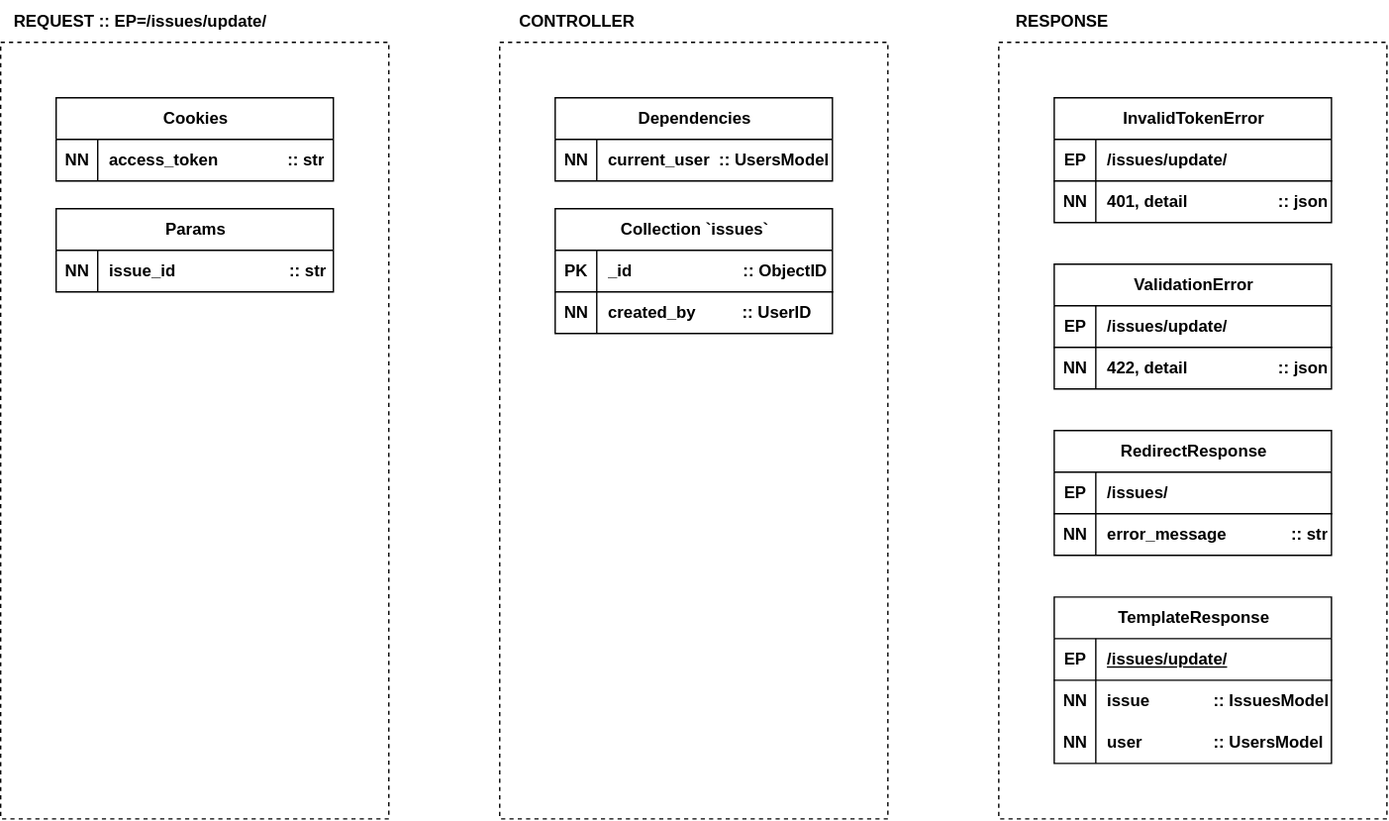
ames0k0/Ticket keeps this draw.io diagram as contributors/issues/update/get/Diagram-Update-GET.drawio.svg. Above is the earlier version. Source tidied: cells renumbered, new cells last; positions are measured from the earlier drawing's top-left corner, leaving out a move shared by most shapes.
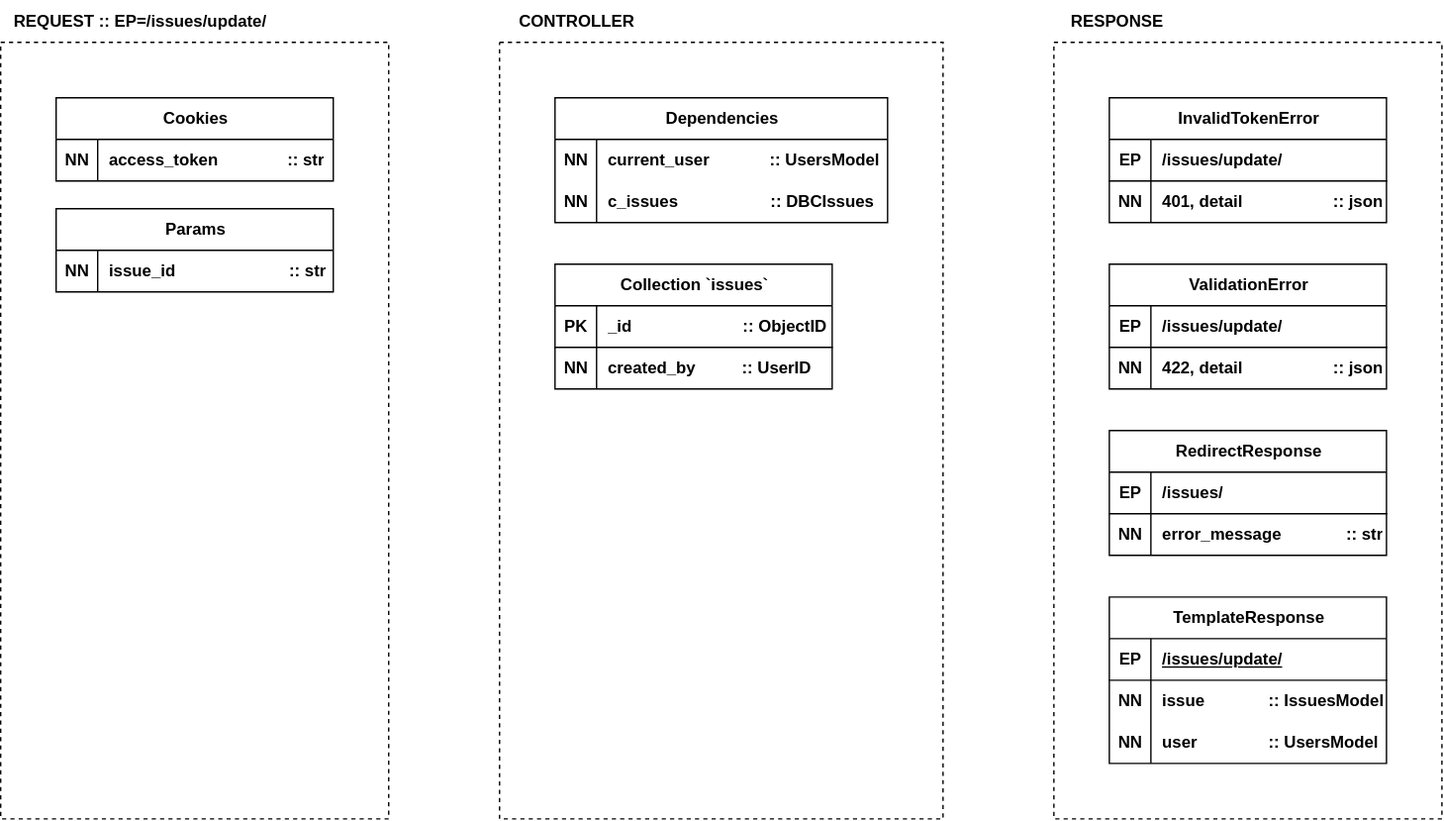
After the change.

Commit message:
[ticket] Contributors: Issues::Update::GET

Diff of the diagram source:
```diff
@@ -15,7 +15,7 @@
       <mxGeometry x="30" width="170" height="30" as="geometry" />
     </mxCell>
     <mxCell id="6" value="Collection `issues`" style="shape=table;startSize=30;rowLines=0;fontStyle=1;align=center;html=1;" parent="1" vertex="1">
-      <mxGeometry x="400" y="150" width="200" height="90" as="geometry" />
+      <mxGeometry x="400" y="190" width="200" height="90" as="geometry" />
     </mxCell>
     <mxCell id="7" style="shape=tableRow;horizontal=0;startSize=0;swimlaneHead=0;swimlaneBody=0;fillColor=none;top=0;left=0;right=0;bottom=1;" parent="6" vertex="1">
       <mxGeometry y="30" width="200" height="30" as="geometry" />
@@ -36,7 +36,7 @@
       <mxGeometry x="30" width="170" height="30" as="geometry" />
     </mxCell>
     <mxCell id="13" value="RedirectResponse" style="shape=table;startSize=30;rowLines=0;fontStyle=1;align=center;html=1;" parent="1" vertex="1">
-      <mxGeometry x="760" y="310" width="200" height="90" as="geometry" />
+      <mxGeometry x="800" y="310" width="200" height="90" as="geometry" />
     </mxCell>
     <mxCell id="14" style="shape=tableRow;horizontal=0;startSize=0;swimlaneHead=0;swimlaneBody=0;fillColor=none;top=0;left=0;right=0;bottom=1;" parent="13" vertex="1">
       <mxGeometry y="30" width="200" height="30" as="geometry" />
@@ -57,7 +57,7 @@
       <mxGeometry x="30" width="170" height="30" as="geometry" />
     </mxCell>
     <mxCell id="20" value="TemplateResponse" style="shape=table;startSize=30;rowLines=0;fontStyle=1;align=center;html=1;" parent="1" vertex="1">
-      <mxGeometry x="760" y="430" width="200" height="120" as="geometry" />
+      <mxGeometry x="800" y="430" width="200" height="120" as="geometry" />
     </mxCell>
     <mxCell id="21" style="shape=tableRow;horizontal=0;startSize=0;swimlaneHead=0;swimlaneBody=0;fillColor=none;top=0;left=0;right=0;bottom=1;" parent="20" vertex="1">
       <mxGeometry y="30" width="200" height="30" as="geometry" />
@@ -102,8 +102,8 @@
         <mxPoint x="360" y="30" as="sourcePoint" />
         <mxPoint x="360" y="30" as="targetPoint" />
         <Array as="points">
-          <mxPoint x="640" y="30" />
-          <mxPoint x="640" y="590" />
+          <mxPoint x="680" y="30" />
+          <mxPoint x="680" y="590" />
           <mxPoint x="360" y="590" />
         </Array>
       </mxGeometry>
@@ -116,17 +116,17 @@
     </mxCell>
     <mxCell id="34" style="endArrow=none;dashed=1;html=1;rounded=0;" parent="1" edge="1">
       <mxGeometry relative="1" as="geometry">
-        <mxPoint x="720" y="30" as="sourcePoint" />
-        <mxPoint x="720" y="30" as="targetPoint" />
+        <mxPoint x="760" y="30" as="sourcePoint" />
+        <mxPoint x="760" y="30" as="targetPoint" />
         <Array as="points">
-          <mxPoint x="1000" y="30" />
-          <mxPoint x="1000" y="590" />
-          <mxPoint x="720" y="590" />
+          <mxPoint x="1040" y="30" />
+          <mxPoint x="1040" y="590" />
+          <mxPoint x="760" y="590" />
         </Array>
       </mxGeometry>
     </mxCell>
     <mxCell id="35" value="&lt;span style=&quot;&quot;&gt;&lt;b&gt;RESPONSE&lt;/b&gt;&lt;/span&gt;" style="text;html=1;align=center;verticalAlign=middle;strokeColor=none;fillColor=none;fontStyle=0;" parent="1" vertex="1">
-      <mxGeometry x="720" width="90" height="30" as="geometry" />
+      <mxGeometry x="760" width="90" height="30" as="geometry" />
     </mxCell>
     <mxCell id="36" value="Cookies" style="shape=table;startSize=30;rowLines=0;fontStyle=1;align=center;html=1;" parent="1" vertex="1">
       <mxGeometry x="40" y="70" width="200" height="60" as="geometry" />
@@ -140,20 +140,8 @@
     <mxCell id="39" value="access_token&amp;nbsp; &amp;nbsp; &amp;nbsp; &amp;nbsp; &amp;nbsp; &amp;nbsp; &amp;nbsp; &amp;nbsp;:: str" style="shape=partialRectangle;fillColor=none;top=0;left=0;bottom=0;right=0;align=left;spacingLeft=6;overflow=hidden;whiteSpace=wrap;html=1;fontStyle=1;" parent="37" vertex="1">
       <mxGeometry x="30" width="170" height="30" as="geometry" />
     </mxCell>
-    <mxCell id="40" value="Dependencies" style="shape=table;startSize=30;rowLines=0;fontStyle=1;align=center;html=1;" parent="1" vertex="1">
-      <mxGeometry x="400" y="70" width="200" height="60" as="geometry" />
-    </mxCell>
-    <mxCell id="41" style="shape=tableRow;horizontal=0;startSize=0;swimlaneHead=0;swimlaneBody=0;fillColor=none;top=0;left=0;right=0;bottom=0;" parent="40" vertex="1">
-      <mxGeometry y="30" width="200" height="30" as="geometry" />
-    </mxCell>
-    <mxCell id="42" value="&lt;b&gt;NN&lt;/b&gt;" style="shape=partialRectangle;fillColor=none;top=0;left=0;bottom=0;right=0;overflow=hidden;whiteSpace=wrap;html=1;" parent="41" vertex="1">
-      <mxGeometry width="30" height="30" as="geometry" />
-    </mxCell>
-    <mxCell id="43" value="current_user&amp;nbsp; :: UsersModel" style="shape=partialRectangle;fillColor=none;top=0;left=0;bottom=0;right=0;align=left;spacingLeft=6;overflow=hidden;whiteSpace=wrap;html=1;fontStyle=1;" parent="41" vertex="1">
-      <mxGeometry x="30" width="170" height="30" as="geometry" />
-    </mxCell>
     <mxCell id="44" value="InvalidTokenError" style="shape=table;startSize=30;rowLines=0;fontStyle=1;align=center;html=1;" parent="1" vertex="1">
-      <mxGeometry x="760" y="70" width="200" height="90" as="geometry" />
+      <mxGeometry x="800" y="70" width="200" height="90" as="geometry" />
     </mxCell>
     <mxCell id="45" style="shape=tableRow;horizontal=0;startSize=0;swimlaneHead=0;swimlaneBody=0;fillColor=none;top=0;left=0;right=0;bottom=1;" parent="44" vertex="1">
       <mxGeometry y="30" width="200" height="30" as="geometry" />
@@ -174,7 +162,7 @@
       <mxGeometry x="30" width="170" height="30" as="geometry" />
     </mxCell>
     <mxCell id="51" value="ValidationError" style="shape=table;startSize=30;rowLines=0;fontStyle=1;align=center;html=1;" parent="1" vertex="1">
-      <mxGeometry x="760" y="190" width="200" height="90" as="geometry" />
+      <mxGeometry x="800" y="190" width="200" height="90" as="geometry" />
     </mxCell>
     <mxCell id="52" style="shape=tableRow;horizontal=0;startSize=0;swimlaneHead=0;swimlaneBody=0;fillColor=none;top=0;left=0;right=0;bottom=1;" parent="51" vertex="1">
       <mxGeometry y="30" width="200" height="30" as="geometry" />
@@ -194,5 +182,26 @@
     <mxCell id="57" value="422, detail&amp;nbsp; &amp;nbsp; &amp;nbsp; &amp;nbsp; &amp;nbsp; &amp;nbsp; &amp;nbsp;&amp;nbsp;&lt;span style=&quot;white-space: pre;&quot;&gt;&#9;&lt;/span&gt;&amp;nbsp; &amp;nbsp; &amp;nbsp;::&amp;nbsp;json" style="shape=partialRectangle;fillColor=none;top=0;left=0;bottom=0;right=0;align=left;spacingLeft=6;overflow=hidden;whiteSpace=wrap;html=1;fontStyle=1;" parent="55" vertex="1">
       <mxGeometry x="30" width="170" height="30" as="geometry" />
     </mxCell>
+    <mxCell id="40" value="Dependencies" style="shape=table;startSize=30;rowLines=0;fontStyle=1;align=center;html=1;" parent="1" vertex="1">
+      <mxGeometry x="400" y="70" width="240" height="90" as="geometry" />
+    </mxCell>
+    <mxCell id="58" style="shape=tableRow;horizontal=0;startSize=0;swimlaneHead=0;swimlaneBody=0;fillColor=none;top=0;left=0;right=0;bottom=0;" parent="40" vertex="1">
+      <mxGeometry y="30" width="240" height="30" as="geometry" />
+    </mxCell>
+    <mxCell id="59" value="&lt;b&gt;NN&lt;/b&gt;" style="shape=partialRectangle;fillColor=none;top=0;left=0;bottom=0;right=0;overflow=hidden;whiteSpace=wrap;html=1;" parent="58" vertex="1">
+      <mxGeometry width="30" height="30" as="geometry" />
+    </mxCell>
+    <mxCell id="43" value="current_user&amp;nbsp; &amp;nbsp; &amp;nbsp; &amp;nbsp; &amp;nbsp; &amp;nbsp; &amp;nbsp;:: UsersModel" style="shape=partialRectangle;fillColor=none;top=0;left=0;bottom=0;right=0;align=left;spacingLeft=6;overflow=hidden;whiteSpace=wrap;html=1;fontStyle=1;" parent="58" vertex="1">
+      <mxGeometry x="30" width="210" height="30" as="geometry" />
+    </mxCell>
+    <mxCell id="60" style="shape=tableRow;horizontal=0;startSize=0;swimlaneHead=0;swimlaneBody=0;fillColor=none;top=0;left=0;right=0;bottom=0;" parent="40" vertex="1">
+      <mxGeometry y="60" width="240" height="30" as="geometry" />
+    </mxCell>
+    <mxCell id="61" value="&lt;b&gt;NN&lt;/b&gt;" style="shape=partialRectangle;fillColor=none;top=0;left=0;bottom=0;right=0;overflow=hidden;whiteSpace=wrap;html=1;" parent="60" vertex="1">
+      <mxGeometry width="30" height="30" as="geometry" />
+    </mxCell>
+    <mxCell id="62" value="c_issues&amp;nbsp; &amp;nbsp; &amp;nbsp; &amp;nbsp; &amp;nbsp; &amp;nbsp; &amp;nbsp; &amp;nbsp; &amp;nbsp; &amp;nbsp; :: DBCIssues" style="shape=partialRectangle;fillColor=none;top=0;left=0;bottom=0;right=0;align=left;spacingLeft=6;overflow=hidden;whiteSpace=wrap;html=1;fontStyle=1;" parent="60" vertex="1">
+      <mxGeometry x="30" width="210" height="30" as="geometry" />
+    </mxCell>
   </root>
 </mxGraphModel>
```
